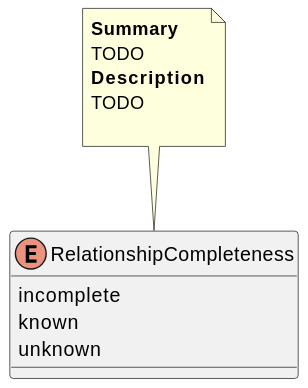
Earlier version of the PlantUML export Vocabularies/RelationshipCompleteness.svg (maxhbr/spec-parser.hs).
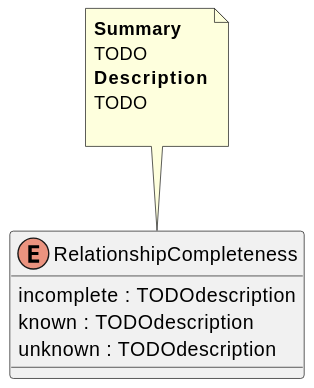
Later version of the same file.

What changed in the source:
```diff
@@ -1,8 +1,8 @@
 @startuml
 enum RelationshipCompleteness {
-    incomplete
-    known
-    unknown
+    incomplete : TODOdescription
+    known : TODOdescription
+    unknown : TODOdescription
 }
 note top of RelationshipCompleteness
 <b>Summary</b>
```
